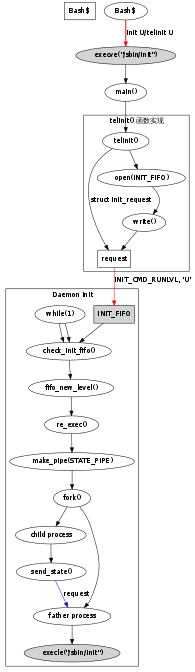
Above: pdf/figures/how-to-exec-init-3.png in limingth/sysvinit (Graphviz), before the change. Its source is kept beside it as pdf/figures/how-to-exec-init-3.dot. Its diagram source:
```dot
digraph G
{
	size = "7, 7";

	"Bash\$ " [shape=box];
	"execve(\"/sbin/init\")"  [style = filled];
	"Bash$ " -> "execve(\"/sbin/init\")" [style=bold label="init U/telinit U" color="red"];


	"execve(\"/sbin/init\")" -> "main()" -> "telinit()";

	subgraph cluster01
	{
		label = "telinit() 函数实现";

		"request" [shape=box];
		"telinit()" -> "request" [label="struct init_request"] ;

		"telinit()" -> "open(INIT_FIFO)" -> "write()" -> "request";
	}

	"INIT_FIFO" [shape=box style="filled"];
	"request" -> "INIT_FIFO" [label="INIT_CMD_RUNLVL, 'U'" color="red"];

	subgraph cluster02
	{
		label = "Daemon init";

		"INIT_FIFO" -> "check_init_fifo()";

		"while(1)" -> "check_init_fifo()";
		"while(1)" -> "check_init_fifo()" -> "fifo_new_level()" -> "re_exec()";
		"re_exec()" -> "make_pipe(STATE_PIPE)" -> "fork()";

		"fork()" -> "child process" -> "send_state()"

		"execle(\"/sbin/init\")"  [style = filled];
		"fork()" -> "father process" -> "execle(\"/sbin/init\")" ;

		"send_state()" -> "father process" [label="request" color="blue"];
	}
}
```
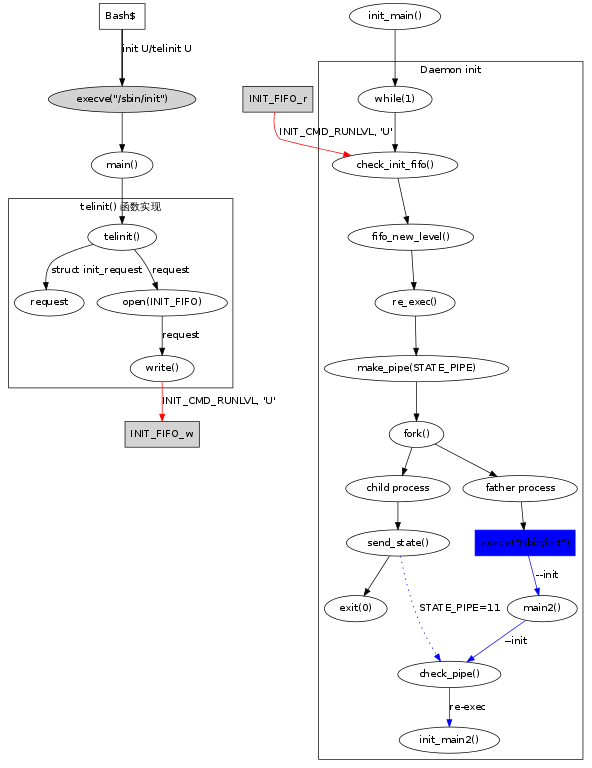
The same diagram one commit later.

What changed in the source:
```diff
@@ -1,11 +1,10 @@
 digraph G
 {
-	size = "7, 7";
+	size = "7, 8";
 
-	"Bash\$ " [shape=box];
+	"Bash$ " [shape=box];
 	"execve(\"/sbin/init\")"  [style = filled];
-	"Bash$ " -> "execve(\"/sbin/init\")" [style=bold label="init U/telinit U" color="red"];
-
+	"Bash$ " -> "execve(\"/sbin/init\")" [style=bold label="init U/telinit U"];
 
 	"execve(\"/sbin/init\")" -> "main()" -> "telinit()";
 
@@ -13,30 +12,32 @@
 	{
 		label = "telinit() 函数实现";
 
-		"request" [shape=box];
 		"telinit()" -> "request" [label="struct init_request"] ;
 
-		"telinit()" -> "open(INIT_FIFO)" -> "write()" -> "request";
+		"telinit()" -> "open(INIT_FIFO)" -> "write()" [label="request"];
 	}
 
-	"INIT_FIFO" [shape=box style="filled"];
-	"request" -> "INIT_FIFO" [label="INIT_CMD_RUNLVL, 'U'" color="red"];
+	"INIT_FIFO_w" [shape=box style="filled"];
+	"write()" -> "INIT_FIFO_w" [label="INIT_CMD_RUNLVL, 'U'" color="red"];
+	"INIT_FIFO_r" [shape=box style="filled"];
+	"INIT_FIFO_r" -> "check_init_fifo()" [label="INIT_CMD_RUNLVL, 'U'" color="red"];
+
+	"init_main()" -> "while(1)";
 
 	subgraph cluster02
 	{
 		label = "Daemon init";
 
-		"INIT_FIFO" -> "check_init_fifo()";
-
-		"while(1)" -> "check_init_fifo()";
 		"while(1)" -> "check_init_fifo()" -> "fifo_new_level()" -> "re_exec()";
 		"re_exec()" -> "make_pipe(STATE_PIPE)" -> "fork()";
-
-		"fork()" -> "child process" -> "send_state()"
+		"fork()" -> "child process" -> "send_state()" -> "exit(0)";
 
 		"execle(\"/sbin/init\")"  [style = filled];
 		"fork()" -> "father process" -> "execle(\"/sbin/init\")" ;
+		"execle(\"/sbin/init\")" -> "main2()" -> "check_pipe()" [label="--init" color=blue];
+		"execle(\"/sbin/init\")"  [shape=rect color=blue style=filled];
 
-		"send_state()" -> "father process" [label="request" color="blue"];
+		"send_state()" -> "check_pipe()" [label="STATE_PIPE=11" color="blue" style=dotted];
+		"check_pipe()" -> "init_main2()"  [label="re-exec" color="blue" style=solid];
 	}
 }
```
